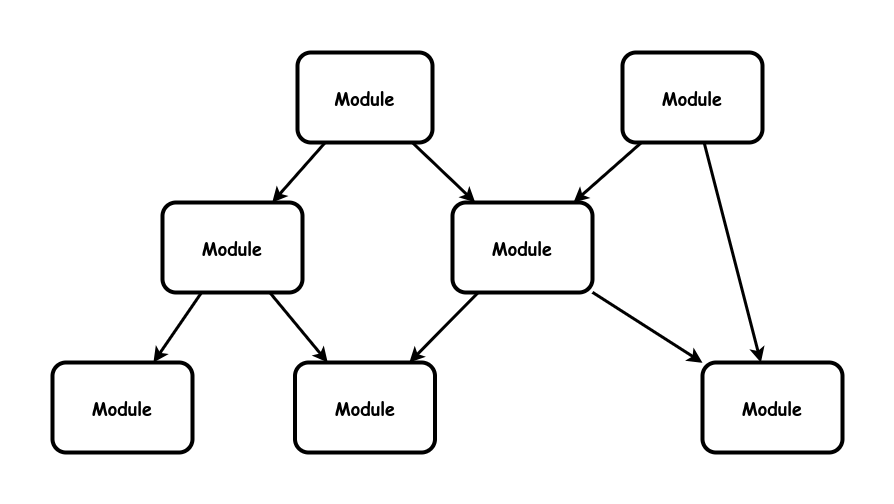
Before: images/dependency-graph.drawio.png, a diagram exported from draw.io (garfix/architectural-patterns). Source tidied: cells renumbered, new cells last; positions are measured from the earlier drawing's top-left corner, leaving out a move shared by most shapes. Source of this version:
```xml
<mxGraphModel>
  <root>
    <mxCell id="0" />
    <mxCell id="1" parent="0" />
    <mxCell id="2" value="&lt;b style=&quot;font-size: 18px;&quot;&gt;Module&lt;br&gt;&lt;/b&gt;" style="rounded=1;whiteSpace=wrap;html=1;strokeWidth=4;fontFamily=Comic Sans MS;fontSize=18;" parent="1" vertex="1">
      <mxGeometry x="245" width="135" height="90" as="geometry" />
    </mxCell>
    <mxCell id="3" value="&lt;b style=&quot;font-size: 18px;&quot;&gt;Module&lt;br&gt;&lt;/b&gt;" style="rounded=1;whiteSpace=wrap;html=1;strokeWidth=4;fontFamily=Comic Sans MS;fontSize=18;" parent="1" vertex="1">
      <mxGeometry x="400" y="150" width="140" height="90" as="geometry" />
    </mxCell>
    <mxCell id="4" style="endArrow=none;startArrow=classic;html=1;rounded=0;strokeWidth=3;endFill=0;" parent="1" edge="1" source="3" target="2">
      <mxGeometry relative="1" as="geometry" />
    </mxCell>
    <mxCell id="5" style="endArrow=none;startArrow=classic;html=1;rounded=0;strokeWidth=3;endFill=0;" parent="1" edge="1" source="9" target="2">
      <mxGeometry relative="1" as="geometry" />
    </mxCell>
    <mxCell id="6" value="&lt;b style=&quot;font-size: 18px;&quot;&gt;Module&lt;br&gt;&lt;/b&gt;" style="rounded=1;whiteSpace=wrap;html=1;strokeWidth=4;fontFamily=Comic Sans MS;fontSize=18;" parent="1" vertex="1">
      <mxGeometry y="310" width="140" height="90" as="geometry" />
    </mxCell>
    <mxCell id="7" value="&lt;b style=&quot;font-size: 18px;&quot;&gt;Module&lt;br&gt;&lt;/b&gt;" style="rounded=1;whiteSpace=wrap;html=1;strokeWidth=4;fontFamily=Comic Sans MS;fontSize=18;" parent="1" vertex="1">
      <mxGeometry x="650" y="310" width="140" height="90" as="geometry" />
    </mxCell>
    <mxCell id="8" value="&lt;b style=&quot;font-size: 18px;&quot;&gt;Module&lt;br&gt;&lt;/b&gt;" style="rounded=1;whiteSpace=wrap;html=1;strokeWidth=4;fontFamily=Comic Sans MS;fontSize=18;" parent="1" vertex="1">
      <mxGeometry x="242.5" y="310" width="140" height="90" as="geometry" />
    </mxCell>
    <mxCell id="9" value="&lt;b style=&quot;font-size: 18px;&quot;&gt;Module&lt;br&gt;&lt;/b&gt;" style="rounded=1;whiteSpace=wrap;html=1;strokeWidth=4;fontFamily=Comic Sans MS;fontSize=18;" parent="1" vertex="1">
      <mxGeometry x="110" y="150" width="140" height="90" as="geometry" />
    </mxCell>
    <mxCell id="10" style="endArrow=none;startArrow=classic;html=1;rounded=0;strokeWidth=3;endFill=0;" parent="1" edge="1" source="7" target="3">
      <mxGeometry relative="1" as="geometry" />
    </mxCell>
    <mxCell id="11" style="endArrow=none;startArrow=classic;html=1;rounded=0;strokeWidth=3;endFill=0;" parent="1" edge="1" source="8" target="9">
      <mxGeometry relative="1" as="geometry" />
    </mxCell>
    <mxCell id="12" style="endArrow=none;startArrow=classic;html=1;rounded=0;strokeWidth=3;endFill=0;" parent="1" edge="1" source="8" target="3">
      <mxGeometry relative="1" as="geometry" />
    </mxCell>
    <mxCell id="13" style="endArrow=none;startArrow=classic;html=1;rounded=0;strokeWidth=3;endFill=0;" parent="1" edge="1" source="6" target="9">
      <mxGeometry relative="1" as="geometry" />
    </mxCell>
    <mxCell id="14" value="&lt;b style=&quot;font-size: 18px;&quot;&gt;Module&lt;br&gt;&lt;/b&gt;" style="rounded=1;whiteSpace=wrap;html=1;strokeWidth=4;fontFamily=Comic Sans MS;fontSize=18;" parent="1" vertex="1">
      <mxGeometry x="570" width="140" height="90" as="geometry" />
    </mxCell>
    <mxCell id="15" style="endArrow=none;startArrow=classic;html=1;rounded=0;strokeWidth=3;endFill=0;" parent="1" edge="1" source="7" target="14">
      <mxGeometry relative="1" as="geometry" />
    </mxCell>
    <mxCell id="16" style="endArrow=none;startArrow=classic;html=1;rounded=0;strokeWidth=3;endFill=0;" parent="1" edge="1" source="3" target="14">
      <mxGeometry relative="1" as="geometry" />
    </mxCell>
  </root>
</mxGraphModel>
```
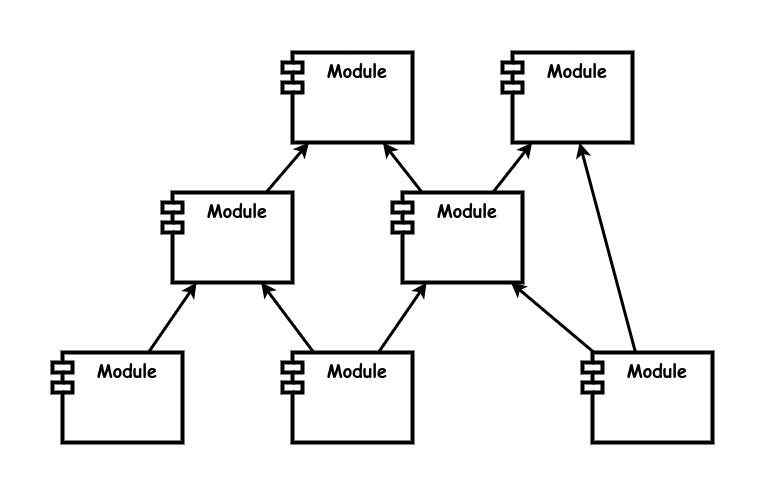
Above is the later version.

The edit, as a diff of the source:
```diff
@@ -2,50 +2,50 @@
   <root>
     <mxCell id="0" />
     <mxCell id="1" parent="0" />
-    <mxCell id="2" value="&lt;b style=&quot;font-size: 18px;&quot;&gt;Module&lt;br&gt;&lt;/b&gt;" style="rounded=1;whiteSpace=wrap;html=1;strokeWidth=4;fontFamily=Comic Sans MS;fontSize=18;" parent="1" vertex="1">
-      <mxGeometry x="245" width="135" height="90" as="geometry" />
-    </mxCell>
-    <mxCell id="3" value="&lt;b style=&quot;font-size: 18px;&quot;&gt;Module&lt;br&gt;&lt;/b&gt;" style="rounded=1;whiteSpace=wrap;html=1;strokeWidth=4;fontFamily=Comic Sans MS;fontSize=18;" parent="1" vertex="1">
-      <mxGeometry x="400" y="150" width="140" height="90" as="geometry" />
-    </mxCell>
-    <mxCell id="4" style="endArrow=none;startArrow=classic;html=1;rounded=0;strokeWidth=3;endFill=0;" parent="1" edge="1" source="3" target="2">
+    <mxCell id="4" style="endArrow=none;startArrow=classic;html=1;rounded=0;strokeWidth=3;endFill=0;" parent="1" edge="1" source="17" target="20">
       <mxGeometry relative="1" as="geometry" />
     </mxCell>
-    <mxCell id="5" style="endArrow=none;startArrow=classic;html=1;rounded=0;strokeWidth=3;endFill=0;" parent="1" edge="1" source="9" target="2">
+    <mxCell id="5" style="endArrow=none;startArrow=classic;html=1;rounded=0;strokeWidth=3;endFill=0;" parent="1" edge="1" source="17" target="19">
       <mxGeometry relative="1" as="geometry" />
     </mxCell>
-    <mxCell id="6" value="&lt;b style=&quot;font-size: 18px;&quot;&gt;Module&lt;br&gt;&lt;/b&gt;" style="rounded=1;whiteSpace=wrap;html=1;strokeWidth=4;fontFamily=Comic Sans MS;fontSize=18;" parent="1" vertex="1">
-      <mxGeometry y="310" width="140" height="90" as="geometry" />
-    </mxCell>
-    <mxCell id="7" value="&lt;b style=&quot;font-size: 18px;&quot;&gt;Module&lt;br&gt;&lt;/b&gt;" style="rounded=1;whiteSpace=wrap;html=1;strokeWidth=4;fontFamily=Comic Sans MS;fontSize=18;" parent="1" vertex="1">
-      <mxGeometry x="650" y="310" width="140" height="90" as="geometry" />
-    </mxCell>
-    <mxCell id="8" value="&lt;b style=&quot;font-size: 18px;&quot;&gt;Module&lt;br&gt;&lt;/b&gt;" style="rounded=1;whiteSpace=wrap;html=1;strokeWidth=4;fontFamily=Comic Sans MS;fontSize=18;" parent="1" vertex="1">
-      <mxGeometry x="242.5" y="310" width="140" height="90" as="geometry" />
-    </mxCell>
-    <mxCell id="9" value="&lt;b style=&quot;font-size: 18px;&quot;&gt;Module&lt;br&gt;&lt;/b&gt;" style="rounded=1;whiteSpace=wrap;html=1;strokeWidth=4;fontFamily=Comic Sans MS;fontSize=18;" parent="1" vertex="1">
-      <mxGeometry x="110" y="150" width="140" height="90" as="geometry" />
-    </mxCell>
-    <mxCell id="10" style="endArrow=none;startArrow=classic;html=1;rounded=0;strokeWidth=3;endFill=0;" parent="1" edge="1" source="7" target="3">
+    <mxCell id="10" style="endArrow=none;startArrow=classic;html=1;rounded=0;strokeWidth=3;endFill=0;" parent="1" edge="1" source="20" target="21">
       <mxGeometry relative="1" as="geometry" />
     </mxCell>
-    <mxCell id="11" style="endArrow=none;startArrow=classic;html=1;rounded=0;strokeWidth=3;endFill=0;" parent="1" edge="1" source="8" target="9">
+    <mxCell id="11" style="endArrow=none;startArrow=classic;html=1;rounded=0;strokeWidth=3;endFill=0;" parent="1" edge="1" source="19" target="22">
       <mxGeometry relative="1" as="geometry" />
     </mxCell>
-    <mxCell id="12" style="endArrow=none;startArrow=classic;html=1;rounded=0;strokeWidth=3;endFill=0;" parent="1" edge="1" source="8" target="3">
+    <mxCell id="12" style="endArrow=none;startArrow=classic;html=1;rounded=0;strokeWidth=3;endFill=0;" parent="1" edge="1" source="20" target="22">
       <mxGeometry relative="1" as="geometry" />
     </mxCell>
-    <mxCell id="13" style="endArrow=none;startArrow=classic;html=1;rounded=0;strokeWidth=3;endFill=0;" parent="1" edge="1" source="6" target="9">
+    <mxCell id="13" style="endArrow=none;startArrow=classic;html=1;rounded=0;strokeWidth=3;endFill=0;" parent="1" edge="1" source="19" target="23">
       <mxGeometry relative="1" as="geometry" />
     </mxCell>
-    <mxCell id="14" value="&lt;b style=&quot;font-size: 18px;&quot;&gt;Module&lt;br&gt;&lt;/b&gt;" style="rounded=1;whiteSpace=wrap;html=1;strokeWidth=4;fontFamily=Comic Sans MS;fontSize=18;" parent="1" vertex="1">
-      <mxGeometry x="570" width="140" height="90" as="geometry" />
-    </mxCell>
-    <mxCell id="15" style="endArrow=none;startArrow=classic;html=1;rounded=0;strokeWidth=3;endFill=0;" parent="1" edge="1" source="7" target="14">
+    <mxCell id="15" style="endArrow=none;startArrow=classic;html=1;rounded=0;strokeWidth=3;endFill=0;" parent="1" edge="1" source="18" target="21">
       <mxGeometry relative="1" as="geometry" />
     </mxCell>
-    <mxCell id="16" style="endArrow=none;startArrow=classic;html=1;rounded=0;strokeWidth=3;endFill=0;" parent="1" edge="1" source="3" target="14">
+    <mxCell id="16" style="endArrow=none;startArrow=classic;html=1;rounded=0;strokeWidth=3;endFill=0;" parent="1" edge="1" source="18" target="20">
       <mxGeometry relative="1" as="geometry" />
     </mxCell>
+    <mxCell id="17" value="Module" style="shape=module;align=left;spacingLeft=20;align=center;verticalAlign=top;whiteSpace=wrap;html=1;fontSize=18;fontFamily=Comic Sans MS;fontStyle=1;strokeWidth=4;" parent="1" vertex="1">
+      <mxGeometry x="300" y="-10" width="130" height="90" as="geometry" />
+    </mxCell>
+    <mxCell id="18" value="Module" style="shape=module;align=left;spacingLeft=20;align=center;verticalAlign=top;whiteSpace=wrap;html=1;fontSize=18;fontFamily=Comic Sans MS;fontStyle=1;strokeWidth=4;" parent="1" vertex="1">
+      <mxGeometry x="520" y="-10" width="130" height="90" as="geometry" />
+    </mxCell>
+    <mxCell id="19" value="Module" style="shape=module;align=left;spacingLeft=20;align=center;verticalAlign=top;whiteSpace=wrap;html=1;fontSize=18;fontFamily=Comic Sans MS;fontStyle=1;strokeWidth=4;" parent="1" vertex="1">
+      <mxGeometry x="180" y="130" width="130" height="90" as="geometry" />
+    </mxCell>
+    <mxCell id="20" value="Module" style="shape=module;align=left;spacingLeft=20;align=center;verticalAlign=top;whiteSpace=wrap;html=1;fontSize=18;fontFamily=Comic Sans MS;fontStyle=1;strokeWidth=4;" parent="1" vertex="1">
+      <mxGeometry x="410" y="130" width="130" height="90" as="geometry" />
+    </mxCell>
+    <mxCell id="21" value="Module" style="shape=module;align=left;spacingLeft=20;align=center;verticalAlign=top;whiteSpace=wrap;html=1;fontSize=18;fontFamily=Comic Sans MS;fontStyle=1;strokeWidth=4;" parent="1" vertex="1">
+      <mxGeometry x="600" y="290" width="130" height="90" as="geometry" />
+    </mxCell>
+    <mxCell id="22" value="Module" style="shape=module;align=left;spacingLeft=20;align=center;verticalAlign=top;whiteSpace=wrap;html=1;fontSize=18;fontFamily=Comic Sans MS;fontStyle=1;strokeWidth=4;" parent="1" vertex="1">
+      <mxGeometry x="300" y="290" width="130" height="90" as="geometry" />
+    </mxCell>
+    <mxCell id="23" value="Module" style="shape=module;align=left;spacingLeft=20;align=center;verticalAlign=top;whiteSpace=wrap;html=1;fontSize=18;fontFamily=Comic Sans MS;fontStyle=1;strokeWidth=4;" parent="1" vertex="1">
+      <mxGeometry x="70" y="290" width="130" height="90" as="geometry" />
+    </mxCell>
   </root>
 </mxGraphModel>
```
